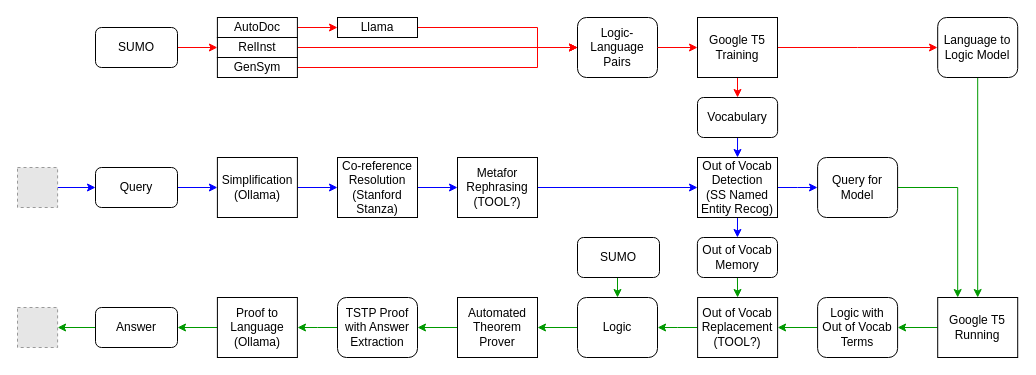
Above: Architecture.drawio in GeoffsPapers/SUMO-NLP-LLM (draw.io), before the change. Source tidied: cells renumbered, new cells numbered last; positions are measured from the earlier drawing's top-left corner, leaving out a move shared by most shapes. Both pictures are drawn from the tidied source at 100%, with x=0, y=0 at pixel (17, 17). Pictures stored in the file or linked from it are replaced by grey dashed boxes.
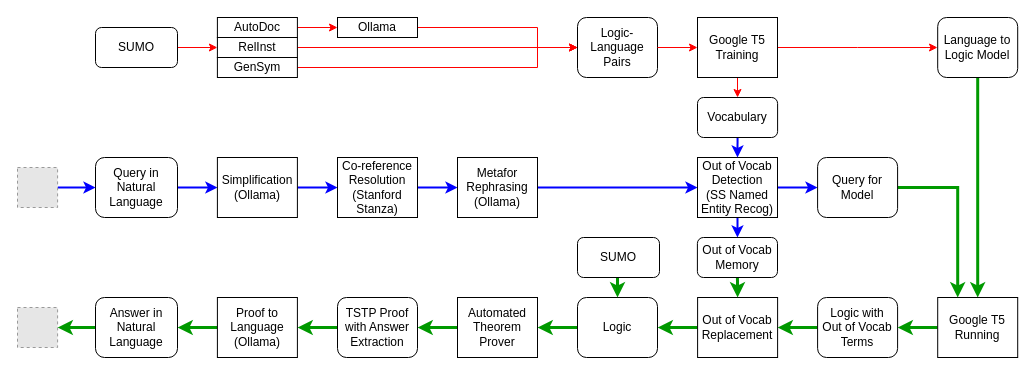
After the change.

The change refers to these unchanged cells:
```xml
<mxCell id="5" value="Simplification&lt;div&gt;(Ollama)&lt;/div&gt;" style="rounded=0;whiteSpace=wrap;html=1;fontSize=12;glass=0;strokeWidth=1;shadow=0;" parent="1" vertex="1">
  <mxGeometry x="199.9" y="140" width="80" height="60" as="geometry" />
</mxCell>
<mxCell id="7" style="fillColor=#E6E6E6;strokeColor=#999999;dashed=1;verticalLabelPosition=bottom;labelBackgroundColor=default;verticalAlign=top;" parent="1" vertex="1">
  <mxGeometry y="150" width="40.1" height="40" as="geometry" />
</mxCell>
<mxCell id="8" style="fillColor=#E6E6E6;strokeColor=#999999;dashed=1;verticalLabelPosition=bottom;labelBackgroundColor=default;verticalAlign=top;" parent="1" vertex="1">
  <mxGeometry y="290" width="40.1" height="40" as="geometry" />
</mxCell>
<mxCell id="10" value="&lt;div&gt;Co-reference&lt;/div&gt;&lt;div&gt;Resolution&lt;/div&gt;&lt;div&gt;(Stanford Stanza)&lt;/div&gt;" style="rounded=0;whiteSpace=wrap;html=1;fontSize=12;glass=0;strokeWidth=1;shadow=0;" parent="1" vertex="1">
  <mxGeometry x="320" y="140" width="80" height="60" as="geometry" />
</mxCell>
<mxCell id="15" value="&lt;div&gt;Out of Vocab&lt;/div&gt;&lt;div&gt;Detection&lt;/div&gt;&lt;div&gt;(SS Named&lt;/div&gt;&lt;div&gt;Entity Recog)&lt;/div&gt;" style="rounded=0;whiteSpace=wrap;html=1;fontSize=12;glass=0;strokeWidth=1;shadow=0;" parent="1" vertex="1">
  <mxGeometry x="680" y="140" width="80" height="60" as="geometry" />
</mxCell>
<mxCell id="17" value="&lt;div&gt;Language to&lt;/div&gt;&lt;div&gt;Logic Model&lt;/div&gt;" style="rounded=1;whiteSpace=wrap;html=1;fontSize=12;glass=0;strokeWidth=1;shadow=0;align=center;" parent="1" vertex="1">
  <mxGeometry x="920.2" width="80" height="60" as="geometry" />
</mxCell>
<mxCell id="19" value="&lt;div&gt;Logic with&lt;/div&gt;&lt;div&gt;Out of Vocab&lt;/div&gt;&lt;div&gt;Terms&lt;/div&gt;" style="rounded=1;whiteSpace=wrap;html=1;fontSize=12;glass=0;strokeWidth=1;shadow=0;align=center;" parent="1" vertex="1">
  <mxGeometry x="800.1" y="280" width="80" height="60" as="geometry" />
</mxCell>
<mxCell id="23" value="Google T5&lt;div&gt;Running&lt;/div&gt;" style="rounded=0;whiteSpace=wrap;html=1;fontSize=12;glass=0;strokeWidth=1;shadow=0;" parent="1" vertex="1">
  <mxGeometry x="920.2" y="280" width="80" height="60" as="geometry" />
</mxCell>
<mxCell id="25" value="&lt;div&gt;&lt;span style=&quot;background-color: transparent; color: light-dark(rgb(0, 0, 0), rgb(255, 255, 255));&quot;&gt;Logic&lt;/span&gt;&lt;/div&gt;" style="rounded=1;whiteSpace=wrap;html=1;fontSize=12;glass=0;strokeWidth=1;shadow=0;align=center;" parent="1" vertex="1">
  <mxGeometry x="560" y="280" width="80" height="60" as="geometry" />
</mxCell>
<mxCell id="27" value="Automated&lt;div&gt;Theorem&lt;/div&gt;&lt;div&gt;Prover&lt;/div&gt;" style="rounded=0;whiteSpace=wrap;html=1;fontSize=12;glass=0;strokeWidth=1;shadow=0;" parent="1" vertex="1">
  <mxGeometry x="440" y="280" width="80" height="60" as="geometry" />
</mxCell>
<mxCell id="29" value="&lt;div&gt;&lt;span style=&quot;background-color: transparent; color: light-dark(rgb(0, 0, 0), rgb(255, 255, 255));&quot;&gt;TSTP Proof&lt;/span&gt;&lt;/div&gt;&lt;div&gt;with Answer&lt;/div&gt;&lt;div&gt;Extraction&lt;/div&gt;" style="rounded=1;whiteSpace=wrap;html=1;fontSize=12;glass=0;strokeWidth=1;shadow=0;align=center;" parent="1" vertex="1">
  <mxGeometry x="320" y="280" width="80" height="60" as="geometry" />
</mxCell>
<mxCell id="31" value="Proof to&lt;div&gt;Language&lt;/div&gt;&lt;div&gt;(Ollama)&lt;/div&gt;" style="rounded=0;whiteSpace=wrap;html=1;fontSize=12;glass=0;strokeWidth=1;shadow=0;" parent="1" vertex="1">
  <mxGeometry x="199.9" y="280" width="80" height="60" as="geometry" />
</mxCell>
<mxCell id="47" value="&lt;div&gt;Vocabulary&lt;/div&gt;" style="rounded=1;whiteSpace=wrap;html=1;fontSize=12;glass=0;strokeWidth=1;shadow=0;align=center;" parent="1" vertex="1">
  <mxGeometry x="680" y="80" width="80.1" height="40" as="geometry" />
</mxCell>
<mxCell id="52" value="&lt;div&gt;Out of Vocab&lt;/div&gt;&lt;div&gt;Memory&lt;/div&gt;" style="rounded=1;whiteSpace=wrap;html=1;fontSize=12;glass=0;strokeWidth=1;shadow=0;align=center;" parent="1" vertex="1">
  <mxGeometry x="679.9" y="220" width="80.1" height="40" as="geometry" />
</mxCell>
<mxCell id="54" value="&lt;div&gt;SUMO&lt;/div&gt;" style="rounded=1;whiteSpace=wrap;html=1;fontSize=12;glass=0;strokeWidth=1;shadow=0;align=center;" parent="1" vertex="1">
  <mxGeometry x="560" y="220" width="82" height="40" as="geometry" />
</mxCell>
<mxCell id="56" value="&lt;div&gt;Query for&lt;/div&gt;&lt;div&gt;Model&lt;/div&gt;" style="rounded=1;whiteSpace=wrap;html=1;fontSize=12;glass=0;strokeWidth=1;shadow=0;align=center;" parent="1" vertex="1">
  <mxGeometry x="800.1" y="140" width="80" height="60" as="geometry" />
</mxCell>
```

The edit, as a diff of the source:
```diff
@@
-    <mxCell id="2" style="edgeStyle=orthogonalEdgeStyle;rounded=0;jettySize=auto;html=1;exitX=1;exitY=0.5;exitDx=0;exitDy=0;entryX=0;entryY=0.5;entryDx=0;entryDy=0;strokeColor=#0000FF;" parent="1" edge="1" source="3" target="5">
+    <mxCell id="2" style="edgeStyle=orthogonalEdgeStyle;rounded=0;jettySize=auto;html=1;exitX=1;exitY=0.5;exitDx=0;exitDy=0;entryX=0;entryY=0.5;entryDx=0;entryDy=0;strokeColor=#0000FF;strokeWidth=2;" parent="1" edge="1" source="3" target="5">
       <mxGeometry relative="1" as="geometry" />
     </mxCell>
-    <mxCell id="3" value="&lt;div&gt;Query&lt;/div&gt;" style="rounded=1;whiteSpace=wrap;html=1;fontSize=12;glass=0;strokeWidth=1;shadow=0;align=center;" parent="1" vertex="1">
-      <mxGeometry x="78" y="150" width="82" height="40" as="geometry" />
+    <mxCell id="3" value="&lt;div&gt;Query in&lt;/div&gt;&lt;div&gt;Natural Language&lt;/div&gt;" style="rounded=1;whiteSpace=wrap;html=1;fontSize=12;glass=0;strokeWidth=1;shadow=0;align=center;" parent="1" vertex="1">
+      <mxGeometry x="78" y="140" width="82" height="60" as="geometry" />
     </mxCell>
-    <mxCell id="4" style="edgeStyle=orthogonalEdgeStyle;rounded=0;jettySize=auto;html=1;exitX=1;exitY=0.5;exitDx=0;exitDy=0;entryX=0;entryY=0.5;entryDx=0;entryDy=0;strokeColor=#0000FF;" parent="1" edge="1" source="5" target="10">
+    <mxCell id="4" style="edgeStyle=orthogonalEdgeStyle;rounded=0;jettySize=auto;html=1;exitX=1;exitY=0.5;exitDx=0;exitDy=0;entryX=0;entryY=0.5;entryDx=0;entryDy=0;strokeColor=#0000FF;strokeWidth=2;" parent="1" edge="1" source="5" target="10">
       <mxGeometry relative="1" as="geometry" />
     </mxCell>
@@
-    <mxCell id="6" style="edgeStyle=orthogonalEdgeStyle;rounded=0;jettySize=auto;html=1;exitX=1;exitY=0.5;exitDx=0;exitDy=0;entryX=0;entryY=0.5;entryDx=0;entryDy=0;strokeColor=#0000FF;" parent="1" edge="1" source="7" target="3">
+    <mxCell id="6" style="edgeStyle=orthogonalEdgeStyle;rounded=0;jettySize=auto;html=1;exitX=1;exitY=0.5;exitDx=0;exitDy=0;entryX=0;entryY=0.5;entryDx=0;entryDy=0;strokeColor=#0000FF;strokeWidth=2;" parent="1" edge="1" source="7" target="3">
       <mxGeometry relative="1" as="geometry" />
     </mxCell>
@@
-    <mxCell id="9" style="edgeStyle=orthogonalEdgeStyle;rounded=0;jettySize=auto;html=1;exitX=1;exitY=0.5;exitDx=0;exitDy=0;entryX=0;entryY=0.5;entryDx=0;entryDy=0;strokeColor=#0000FF;" parent="1" edge="1" source="10" target="12">
+    <mxCell id="9" style="edgeStyle=orthogonalEdgeStyle;rounded=0;jettySize=auto;html=1;exitX=1;exitY=0.5;exitDx=0;exitDy=0;entryX=0;entryY=0.5;entryDx=0;entryDy=0;strokeColor=#0000FF;strokeWidth=2;" parent="1" edge="1" source="10" target="12">
       <mxGeometry relative="1" as="geometry" />
     </mxCell>
@@
-    <mxCell id="11" style="edgeStyle=orthogonalEdgeStyle;rounded=0;jettySize=auto;html=1;exitX=1;exitY=0.5;exitDx=0;exitDy=0;entryX=0;entryY=0.5;entryDx=0;entryDy=0;strokeColor=#0000FF;" parent="1" edge="1" source="12" target="15">
+    <mxCell id="11" style="edgeStyle=orthogonalEdgeStyle;rounded=0;jettySize=auto;html=1;exitX=1;exitY=0.5;exitDx=0;exitDy=0;entryX=0;entryY=0.5;entryDx=0;entryDy=0;strokeColor=#0000FF;strokeWidth=2;" parent="1" edge="1" source="12" target="15">
       <mxGeometry relative="1" as="geometry" />
     </mxCell>
-    <mxCell id="12" value="&lt;div&gt;Metafor&lt;/div&gt;&lt;div&gt;Rephrasing&lt;/div&gt;&lt;div&gt;(TOOL?)&lt;/div&gt;" style="rounded=0;whiteSpace=wrap;html=1;fontSize=12;glass=0;strokeWidth=1;shadow=0;" parent="1" vertex="1">
+    <mxCell id="12" value="&lt;div&gt;Metafor&lt;/div&gt;&lt;div&gt;Rephrasing&lt;/div&gt;&lt;div&gt;(Ollama)&lt;/div&gt;" style="rounded=0;whiteSpace=wrap;html=1;fontSize=12;glass=0;strokeWidth=1;shadow=0;" parent="1" vertex="1">
       <mxGeometry x="440" y="140" width="80" height="60" as="geometry" />
     </mxCell>
-    <mxCell id="13" style="edgeStyle=orthogonalEdgeStyle;rounded=0;jettySize=auto;html=1;exitX=0.5;exitY=1;exitDx=0;exitDy=0;entryX=0.5;entryY=0;entryDx=0;entryDy=0;strokeColor=#0000FF;" parent="1" edge="1" source="15" target="52">
+    <mxCell id="13" style="edgeStyle=orthogonalEdgeStyle;rounded=0;jettySize=auto;html=1;exitX=0.5;exitY=1;exitDx=0;exitDy=0;entryX=0.5;entryY=0;entryDx=0;entryDy=0;strokeColor=#0000FF;strokeWidth=2;" parent="1" edge="1" source="15" target="52">
       <mxGeometry relative="1" as="geometry" />
     </mxCell>
-    <mxCell id="14" style="edgeStyle=orthogonalEdgeStyle;rounded=0;jettySize=auto;html=1;exitX=1;exitY=0.5;exitDx=0;exitDy=0;strokeColor=#0000FF;" parent="1" edge="1" source="15">
+    <mxCell id="14" style="edgeStyle=orthogonalEdgeStyle;rounded=0;jettySize=auto;html=1;exitX=1;exitY=0.5;exitDx=0;exitDy=0;strokeColor=#0000FF;strokeWidth=2;" parent="1" edge="1" source="15">
       <mxGeometry relative="1" as="geometry">
         <mxPoint x="800" y="170" as="targetPoint" />
       </mxGeometry>
     </mxCell>
@@
-    <mxCell id="16" style="edgeStyle=orthogonalEdgeStyle;rounded=0;jettySize=auto;html=1;exitX=0.5;exitY=1;exitDx=0;exitDy=0;entryX=0.5;entryY=0;entryDx=0;entryDy=0;strokeColor=#009900;" parent="1" edge="1" source="17" target="23">
+    <mxCell id="16" style="edgeStyle=orthogonalEdgeStyle;rounded=0;jettySize=auto;html=1;exitX=0.5;exitY=1;exitDx=0;exitDy=0;entryX=0.5;entryY=0;entryDx=0;entryDy=0;strokeColor=#009900;strokeWidth=3;" parent="1" edge="1" source="17" target="23">
       <mxGeometry relative="1" as="geometry" />
     </mxCell>
@@
-    <mxCell id="18" style="edgeStyle=orthogonalEdgeStyle;rounded=0;jettySize=auto;html=1;exitX=0;exitY=0.5;exitDx=0;exitDy=0;entryX=1;entryY=0.5;entryDx=0;entryDy=0;strokeColor=#009900;" parent="1" edge="1" source="19" target="21">
+    <mxCell id="18" style="edgeStyle=orthogonalEdgeStyle;rounded=0;jettySize=auto;html=1;exitX=0;exitY=0.5;exitDx=0;exitDy=0;entryX=1;entryY=0.5;entryDx=0;entryDy=0;strokeColor=#009900;strokeWidth=3;" parent="1" edge="1" source="19" target="21">
       <mxGeometry relative="1" as="geometry" />
     </mxCell>
@@
-    <mxCell id="20" style="edgeStyle=orthogonalEdgeStyle;rounded=0;jettySize=auto;html=1;exitX=0;exitY=0.5;exitDx=0;exitDy=0;entryX=1;entryY=0.5;entryDx=0;entryDy=0;strokeColor=#009900;" parent="1" edge="1" source="21">
+    <mxCell id="20" style="edgeStyle=orthogonalEdgeStyle;rounded=0;jettySize=auto;html=1;exitX=0;exitY=0.5;exitDx=0;exitDy=0;entryX=1;entryY=0.5;entryDx=0;entryDy=0;strokeColor=#009900;strokeWidth=3;" parent="1" edge="1" source="21">
       <mxGeometry relative="1" as="geometry">
         <mxPoint x="640.1" y="310" as="targetPoint" />
       </mxGeometry>
     </mxCell>
-    <mxCell id="21" value="&lt;div&gt;Out of Vocab&lt;/div&gt;&lt;div&gt;Replacement&lt;/div&gt;&lt;div&gt;(TOOL?)&lt;/div&gt;" style="rounded=0;whiteSpace=wrap;html=1;fontSize=12;glass=0;strokeWidth=1;shadow=0;" parent="1" vertex="1">
+    <mxCell id="21" value="&lt;div&gt;Out of Vocab&lt;/div&gt;&lt;div&gt;Replacement&lt;/div&gt;" style="rounded=0;whiteSpace=wrap;html=1;fontSize=12;glass=0;strokeWidth=1;shadow=0;" parent="1" vertex="1">
       <mxGeometry x="680.1" y="280" width="80" height="60" as="geometry" />
     </mxCell>
-    <mxCell id="22" style="edgeStyle=orthogonalEdgeStyle;rounded=0;jettySize=auto;html=1;exitX=0;exitY=0.5;exitDx=0;exitDy=0;entryX=1;entryY=0.5;entryDx=0;entryDy=0;strokeColor=#009900;" parent="1" edge="1" source="23" target="19">
+    <mxCell id="22" style="edgeStyle=orthogonalEdgeStyle;rounded=0;jettySize=auto;html=1;exitX=0;exitY=0.5;exitDx=0;exitDy=0;entryX=1;entryY=0.5;entryDx=0;entryDy=0;strokeColor=#009900;strokeWidth=3;" parent="1" edge="1" source="23" target="19">
       <mxGeometry relative="1" as="geometry" />
     </mxCell>
@@
-    <mxCell id="24" style="edgeStyle=orthogonalEdgeStyle;rounded=0;jettySize=auto;html=1;exitX=0;exitY=0.5;exitDx=0;exitDy=0;entryX=1;entryY=0.5;entryDx=0;entryDy=0;strokeColor=#009900;" parent="1" edge="1" source="25" target="27">
+    <mxCell id="24" style="edgeStyle=orthogonalEdgeStyle;rounded=0;jettySize=auto;html=1;exitX=0;exitY=0.5;exitDx=0;exitDy=0;entryX=1;entryY=0.5;entryDx=0;entryDy=0;strokeColor=#009900;strokeWidth=3;" parent="1" edge="1" source="25" target="27">
       <mxGeometry relative="1" as="geometry" />
     </mxCell>
@@
-    <mxCell id="26" style="edgeStyle=orthogonalEdgeStyle;rounded=0;jettySize=auto;html=1;exitX=0;exitY=0.5;exitDx=0;exitDy=0;entryX=1;entryY=0.5;entryDx=0;entryDy=0;strokeColor=#009900;" parent="1" edge="1" source="27" target="29">
+    <mxCell id="26" style="edgeStyle=orthogonalEdgeStyle;rounded=0;jettySize=auto;html=1;exitX=0;exitY=0.5;exitDx=0;exitDy=0;entryX=1;entryY=0.5;entryDx=0;entryDy=0;strokeColor=#009900;strokeWidth=3;" parent="1" edge="1" source="27" target="29">
       <mxGeometry relative="1" as="geometry" />
     </mxCell>
@@
-    <mxCell id="28" style="edgeStyle=orthogonalEdgeStyle;rounded=0;jettySize=auto;html=1;exitX=0;exitY=0.5;exitDx=0;exitDy=0;strokeColor=#009900;" parent="1" edge="1" source="29">
+    <mxCell id="28" style="edgeStyle=orthogonalEdgeStyle;rounded=0;jettySize=auto;html=1;exitX=0;exitY=0.5;exitDx=0;exitDy=0;strokeColor=#009900;strokeWidth=3;" parent="1" edge="1" source="29">
       <mxGeometry relative="1" as="geometry">
         <mxPoint x="280" y="310" as="targetPoint" />
       </mxGeometry>
     </mxCell>
@@
-    <mxCell id="30" style="edgeStyle=orthogonalEdgeStyle;rounded=0;jettySize=auto;html=1;exitX=0;exitY=0.5;exitDx=0;exitDy=0;entryX=1;entryY=0.5;entryDx=0;entryDy=0;strokeColor=#009900;" parent="1" edge="1" source="31" target="33">
+    <mxCell id="30" style="edgeStyle=orthogonalEdgeStyle;rounded=0;jettySize=auto;html=1;exitX=0;exitY=0.5;exitDx=0;exitDy=0;entryX=1;entryY=0.5;entryDx=0;entryDy=0;strokeColor=#009900;strokeWidth=3;" parent="1" edge="1" source="31" target="33">
       <mxGeometry relative="1" as="geometry" />
     </mxCell>
@@
-    <mxCell id="32" style="edgeStyle=orthogonalEdgeStyle;rounded=0;jettySize=auto;html=1;exitX=0;exitY=0.5;exitDx=0;exitDy=0;entryX=1;entryY=0.5;entryDx=0;entryDy=0;strokeColor=#009900;" parent="1" edge="1" source="33" target="8">
+    <mxCell id="32" style="edgeStyle=orthogonalEdgeStyle;rounded=0;jettySize=auto;html=1;exitX=0;exitY=0.5;exitDx=0;exitDy=0;entryX=1;entryY=0.5;entryDx=0;entryDy=0;strokeColor=#009900;strokeWidth=3;" parent="1" edge="1" source="33" target="8">
       <mxGeometry relative="1" as="geometry" />
     </mxCell>
-    <mxCell id="33" value="&lt;div&gt;Answer&lt;/div&gt;" style="rounded=1;whiteSpace=wrap;html=1;fontSize=12;glass=0;strokeWidth=1;shadow=0;align=center;" parent="1" vertex="1">
-      <mxGeometry x="78" y="290" width="82" height="40" as="geometry" />
+    <mxCell id="33" value="&lt;div&gt;Answer in Natural Language&lt;/div&gt;" style="rounded=1;whiteSpace=wrap;html=1;fontSize=12;glass=0;strokeWidth=1;shadow=0;align=center;" parent="1" vertex="1">
+      <mxGeometry x="78" y="280" width="82" height="60" as="geometry" />
     </mxCell>
@@
-    <mxCell id="46" style="edgeStyle=orthogonalEdgeStyle;rounded=0;jettySize=auto;html=1;exitX=0.5;exitY=1;exitDx=0;exitDy=0;entryX=0.5;entryY=0;entryDx=0;entryDy=0;strokeColor=#0000FF;" parent="1" edge="1" source="47" target="15">
+    <mxCell id="46" style="edgeStyle=orthogonalEdgeStyle;rounded=0;jettySize=auto;html=1;exitX=0.5;exitY=1;exitDx=0;exitDy=0;entryX=0.5;entryY=0;entryDx=0;entryDy=0;strokeColor=#0000FF;strokeWidth=2;" parent="1" edge="1" source="47" target="15">
       <mxGeometry relative="1" as="geometry" />
     </mxCell>
@@
-    <mxCell id="49" value="Llama" style="rounded=0;whiteSpace=wrap;html=1;fontSize=12;glass=0;strokeWidth=1;shadow=0;" parent="1" vertex="1">
+    <mxCell id="49" value="Ollama" style="rounded=0;whiteSpace=wrap;html=1;fontSize=12;glass=0;strokeWidth=1;shadow=0;" parent="1" vertex="1">
       <mxGeometry x="320" width="80" height="20" as="geometry" />
     </mxCell>
@@
-    <mxCell id="51" style="edgeStyle=orthogonalEdgeStyle;rounded=0;jettySize=auto;html=1;exitX=0.5;exitY=1;exitDx=0;exitDy=0;entryX=0.5;entryY=0;entryDx=0;entryDy=0;strokeColor=#009900;" parent="1" edge="1" source="52" target="21">
+    <mxCell id="51" style="edgeStyle=orthogonalEdgeStyle;rounded=0;jettySize=auto;html=1;exitX=0.5;exitY=1;exitDx=0;exitDy=0;entryX=0.5;entryY=0;entryDx=0;entryDy=0;strokeColor=#009900;strokeWidth=3;" parent="1" edge="1" source="52" target="21">
       <mxGeometry relative="1" as="geometry" />
     </mxCell>
@@
-    <mxCell id="53" style="edgeStyle=orthogonalEdgeStyle;rounded=0;jettySize=auto;html=1;exitX=0.5;exitY=1;exitDx=0;exitDy=0;entryX=0.5;entryY=0;entryDx=0;entryDy=0;strokeColor=#009900;" parent="1" edge="1" source="54" target="25">
+    <mxCell id="53" style="edgeStyle=orthogonalEdgeStyle;rounded=0;jettySize=auto;html=1;exitX=0.5;exitY=1;exitDx=0;exitDy=0;entryX=0.5;entryY=0;entryDx=0;entryDy=0;strokeColor=#009900;strokeWidth=3;" parent="1" edge="1" source="54" target="25">
       <mxGeometry relative="1" as="geometry" />
     </mxCell>
@@
-    <mxCell id="55" style="edgeStyle=orthogonalEdgeStyle;rounded=0;jettySize=auto;html=1;exitX=1;exitY=0.5;exitDx=0;exitDy=0;entryX=0.25;entryY=0;entryDx=0;entryDy=0;strokeColor=#009900;" parent="1" edge="1" source="56" target="23">
+    <mxCell id="55" style="edgeStyle=orthogonalEdgeStyle;rounded=0;jettySize=auto;html=1;exitX=1;exitY=0.5;exitDx=0;exitDy=0;entryX=0.25;entryY=0;entryDx=0;entryDy=0;strokeColor=#009900;strokeWidth=3;" parent="1" edge="1" source="56" target="23">
       <mxGeometry relative="1" as="geometry" />
     </mxCell>
```
